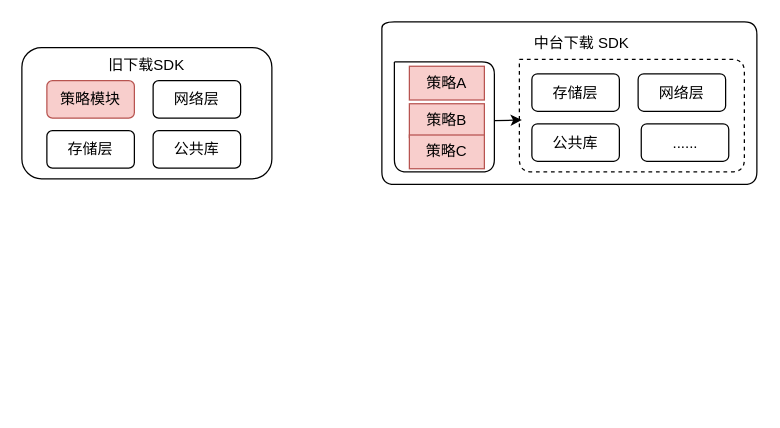
The draw.io diagram page "中台策略" (2 of 14) of process_container.drawio in Anyewuya/Sev, before the edit. Source tidied: cells renumbered, new cells numbered last; positions are measured from the earlier drawing's top-left corner, leaving out a move shared by most shapes. Both pictures are drawn from the tidied source at 125%, with x=0, y=0 at pixel (21, 21).
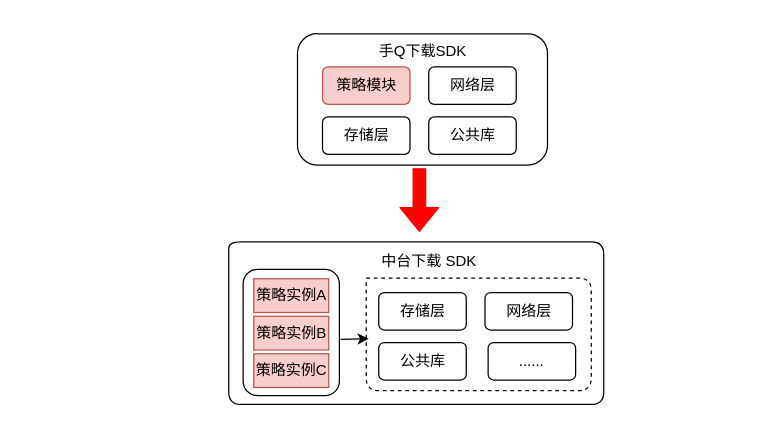
Above is the later version.

The edit, as a diff of the source:
```diff
@@
+    <mxCell id="19" style="rounded=1;whiteSpace=wrap;html=1;fillColor=#FFFFFF;fontSize=13;fontColor=#000000;" parent="1" vertex="1">
+      <mxGeometry x="177" y="198" width="77" height="101" as="geometry" />
+    </mxCell>
-    <mxCell id="2" value="旧下载SDK" style="rounded=1;whiteSpace=wrap;html=1;verticalAlign=top;" parent="1" vertex="1">
-      <mxGeometry y="20.5" width="200" height="105" as="geometry" />
+    <mxCell id="2" value="手Q下载SDK" style="rounded=1;whiteSpace=wrap;html=1;verticalAlign=top;" parent="1" vertex="1">
+      <mxGeometry x="220.5" y="9.5" width="200" height="105" as="geometry" />
     </mxCell>
     <mxCell id="3" value="策略模块" style="rounded=1;whiteSpace=wrap;html=1;fillColor=#f8cecc;strokeColor=#b85450;" parent="1" vertex="1">
-      <mxGeometry x="20" y="47" width="70" height="30" as="geometry" />
+      <mxGeometry x="240.5" y="36" width="70" height="30" as="geometry" />
     </mxCell>
     <mxCell id="4" value="网络层" style="rounded=1;whiteSpace=wrap;html=1;" parent="1" vertex="1">
-      <mxGeometry x="105" y="47" width="70" height="30" as="geometry" />
+      <mxGeometry x="325.5" y="36" width="70" height="30" as="geometry" />
     </mxCell>
     <mxCell id="5" value="存储层" style="rounded=1;whiteSpace=wrap;html=1;" parent="1" vertex="1">
-      <mxGeometry x="20" y="87" width="70" height="30" as="geometry" />
+      <mxGeometry x="240.5" y="76" width="70" height="30" as="geometry" />
     </mxCell>
     <mxCell id="6" value="公共库" style="rounded=1;whiteSpace=wrap;html=1;" parent="1" vertex="1">
-      <mxGeometry x="105" y="87" width="70" height="30" as="geometry" />
+      <mxGeometry x="325.5" y="76" width="70" height="30" as="geometry" />
     </mxCell>
     <mxCell id="7" value="网络层" style="rounded=1;whiteSpace=wrap;html=1;" parent="1" vertex="1">
-      <mxGeometry x="493" y="41.5" width="70" height="30" as="geometry" />
+      <mxGeometry x="370.5" y="216.5" width="70" height="30" as="geometry" />
     </mxCell>
     <mxCell id="8" value="存储层" style="rounded=1;whiteSpace=wrap;html=1;" parent="1" vertex="1">
-      <mxGeometry x="408" y="41.5" width="70" height="30" as="geometry" />
+      <mxGeometry x="285.5" y="216.5" width="70" height="30" as="geometry" />
     </mxCell>
     <mxCell id="9" value="公共库" style="rounded=1;whiteSpace=wrap;html=1;" parent="1" vertex="1">
-      <mxGeometry x="408" y="81.5" width="70" height="30" as="geometry" />
+      <mxGeometry x="285.5" y="256.5" width="70" height="30" as="geometry" />
     </mxCell>
     <mxCell id="10" value="......" style="rounded=1;whiteSpace=wrap;html=1;" parent="1" vertex="1">
-      <mxGeometry x="495.5" y="81.5" width="70" height="30" as="geometry" />
+      <mxGeometry x="373" y="256.5" width="70" height="30" as="geometry" />
     </mxCell>
     <mxCell id="11" style="endArrow=none;dashed=1;html=1;" parent="1" edge="1">
       <mxGeometry relative="1" as="geometry">
-        <mxPoint x="398" y="30" as="sourcePoint" />
-        <mxPoint x="398" y="30" as="targetPoint" />
+        <mxPoint x="275.5" y="205" as="sourcePoint" />
+        <mxPoint x="275.5" y="205" as="targetPoint" />
         <Array as="points">
-          <mxPoint x="578" y="30" />
-          <mxPoint x="578" y="120" />
-          <mxPoint x="398" y="120" />
+          <mxPoint x="455.5" y="205" />
+          <mxPoint x="455.5" y="295" />
+          <mxPoint x="275.5" y="295" />
         </Array>
       </mxGeometry>
     </mxCell>
-    <mxCell id="12" style="endArrow=none;html=1;" parent="1" edge="1">
-      <mxGeometry relative="1" as="geometry">
-        <mxPoint x="298" y="32" as="sourcePoint" />
-        <mxPoint x="298" y="32" as="targetPoint" />
-        <Array as="points">
-          <mxPoint x="378" y="32" />
-          <mxPoint x="378" y="120" />
-          <mxPoint x="298" y="120" />
-        </Array>
-      </mxGeometry>
-    </mxCell>
-    <mxCell id="13" value="策略A" style="rounded=0;whiteSpace=wrap;html=1;fillColor=#f8cecc;strokeColor=#b85450;" parent="1" vertex="1">
-      <mxGeometry x="310" y="35.5" width="60" height="27" as="geometry" />
+    <mxCell id="13" value="策略实例A" style="rounded=0;whiteSpace=wrap;html=1;fillColor=#f8cecc;strokeColor=#b85450;" parent="1" vertex="1">
+      <mxGeometry x="185.5" y="205.5" width="60" height="27" as="geometry" />
     </mxCell>
-    <mxCell id="14" value="策略B" style="rounded=0;whiteSpace=wrap;html=1;fillColor=#f8cecc;strokeColor=#b85450;" parent="1" vertex="1">
-      <mxGeometry x="310" y="65.5" width="60" height="27" as="geometry" />
+    <mxCell id="14" value="策略实例B" style="rounded=0;whiteSpace=wrap;html=1;fillColor=#f8cecc;strokeColor=#b85450;" parent="1" vertex="1">
+      <mxGeometry x="185.5" y="235.5" width="60" height="27" as="geometry" />
     </mxCell>
-    <mxCell id="15" value="策略C" style="rounded=0;whiteSpace=wrap;html=1;fillColor=#f8cecc;strokeColor=#b85450;" parent="1" vertex="1">
-      <mxGeometry x="310" y="90.5" width="60" height="27" as="geometry" />
+    <mxCell id="15" value="策略实例C" style="rounded=0;whiteSpace=wrap;html=1;fillColor=#f8cecc;strokeColor=#b85450;" parent="1" vertex="1">
+      <mxGeometry x="185.5" y="265.5" width="60" height="27" as="geometry" />
     </mxCell>
     <mxCell id="16" style="endArrow=classic;html=1;" parent="1" edge="1">
       <mxGeometry relative="1" as="geometry">
-        <mxPoint x="378" y="79" as="sourcePoint" />
-        <mxPoint x="400" y="78.5" as="targetPoint" />
+        <mxPoint x="255" y="254" as="sourcePoint" />
+        <mxPoint x="277.5" y="253.5" as="targetPoint" />
       </mxGeometry>
     </mxCell>
     <mxCell id="17" style="endArrow=none;html=1;" parent="1" edge="1">
       <mxGeometry relative="1" as="geometry">
-        <mxPoint x="288" y="10" as="sourcePoint" />
-        <mxPoint x="288" y="10" as="targetPoint" />
+        <mxPoint x="165.5" y="186" as="sourcePoint" />
+        <mxPoint x="165.5" y="186" as="targetPoint" />
         <Array as="points">
-          <mxPoint x="288" />
-          <mxPoint x="438" />
-          <mxPoint x="588" />
-          <mxPoint x="588" y="130" />
-          <mxPoint x="288" y="130" />
+          <mxPoint x="165.5" y="176" />
+          <mxPoint x="315.5" y="176" />
+          <mxPoint x="465.5" y="176" />
+          <mxPoint x="465.5" y="306" />
+          <mxPoint x="165.5" y="306" />
         </Array>
       </mxGeometry>
     </mxCell>
     <mxCell id="18" value="中台下载 SDK" style="text;html=1;align=left;verticalAlign=top;spacingTop=-4;" parent="1" vertex="1">
-      <mxGeometry x="408" y="6.5" width="90" height="20" as="geometry" />
+      <mxGeometry x="285.5" y="181.5" width="90" height="20" as="geometry" />
     </mxCell>
+    <mxCell id="20" style="shape=flexArrow;endArrow=classic;html=1;strokeColor=#FF0000;fontSize=13;fontColor=#000000;fillColor=#FF0000;" parent="1" edge="1">
+      <mxGeometry relative="1" as="geometry">
+        <mxPoint x="318" y="117" as="sourcePoint" />
+        <mxPoint x="318" y="168" as="targetPoint" />
+      </mxGeometry>
+    </mxCell>
```
